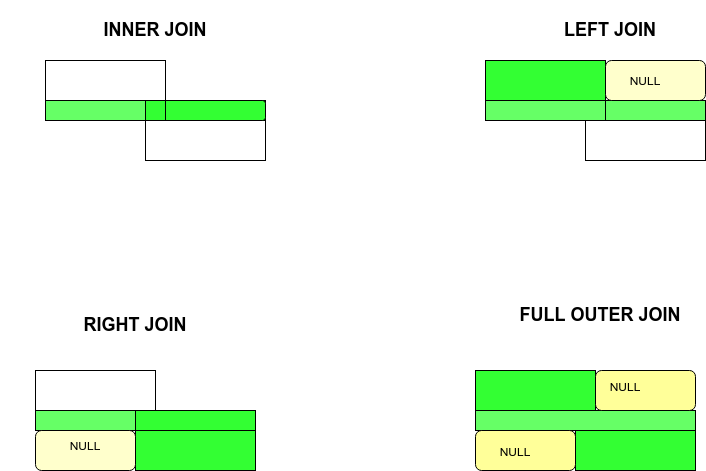
Earlier version of the draw.io export images/all-joins.png (sam09/blog). Source tidied: cells renumbered, new cells last; positions are measured from the earlier drawing's top-left corner, leaving out a move shared by most shapes.
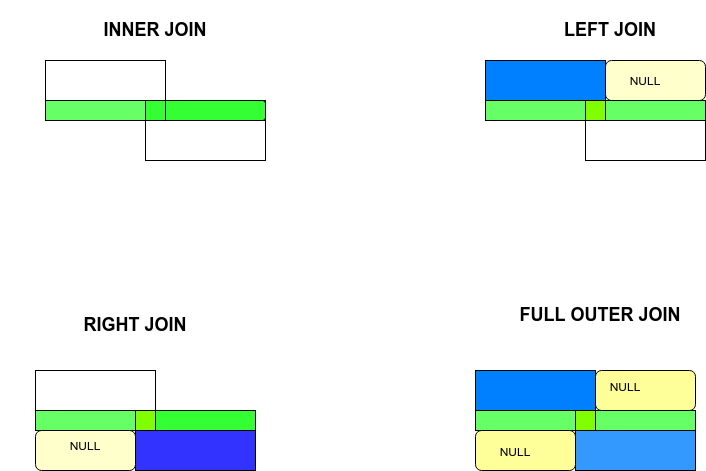
After the commit.

Change to the diagram source:
```diff
@@ -14,7 +14,7 @@
     <mxCell id="5" value="&lt;font style=&quot;font-size: 18px&quot;&gt;&lt;b&gt;INNER JOIN&lt;/b&gt;&lt;/font&gt;" style="text;html=1;strokeColor=none;fillColor=none;align=center;verticalAlign=middle;whiteSpace=wrap;rounded=0;" parent="1" vertex="1">
       <mxGeometry width="310" height="60" as="geometry" />
     </mxCell>
-    <mxCell id="6" style="rounded=0;whiteSpace=wrap;html=1;fillColor=#33FF33;" parent="1" vertex="1">
+    <mxCell id="6" style="rounded=0;whiteSpace=wrap;html=1;fillColor=#007FFF;" parent="1" vertex="1">
       <mxGeometry x="485" y="60" width="120" height="60" as="geometry" />
     </mxCell>
     <mxCell id="7" style="rounded=0;whiteSpace=wrap;html=1;" parent="1" vertex="1">
@@ -47,7 +47,7 @@
     <mxCell id="16" style="rounded=0;whiteSpace=wrap;html=1;" parent="1" vertex="1">
       <mxGeometry x="35" y="370" width="120" height="60" as="geometry" />
     </mxCell>
-    <mxCell id="17" style="rounded=0;whiteSpace=wrap;html=1;fillColor=#33FF33;" parent="1" vertex="1">
+    <mxCell id="17" style="rounded=0;whiteSpace=wrap;html=1;fillColor=#3333FF;" parent="1" vertex="1">
       <mxGeometry x="135" y="410" width="120" height="60" as="geometry" />
     </mxCell>
     <mxCell id="18" style="rounded=0;whiteSpace=wrap;html=1;fillColor=#66FF66;" parent="1" vertex="1">
@@ -65,10 +65,10 @@
     <mxCell id="22" style="rounded=0;whiteSpace=wrap;html=1;fillColor=#33FF33;" parent="1" vertex="1">
       <mxGeometry x="135" y="410" width="120" height="20" as="geometry" />
     </mxCell>
-    <mxCell id="23" style="rounded=0;whiteSpace=wrap;html=1;fillColor=#33FF33;" parent="1" vertex="1">
+    <mxCell id="23" style="rounded=0;whiteSpace=wrap;html=1;fillColor=#007FFF;" parent="1" vertex="1">
       <mxGeometry x="475" y="370" width="120" height="60" as="geometry" />
     </mxCell>
-    <mxCell id="24" style="rounded=0;whiteSpace=wrap;html=1;fillColor=#33FF33;" parent="1" vertex="1">
+    <mxCell id="24" style="rounded=0;whiteSpace=wrap;html=1;fillColor=#3399FF;" parent="1" vertex="1">
       <mxGeometry x="575" y="410" width="120" height="60" as="geometry" />
     </mxCell>
     <mxCell id="25" style="rounded=0;whiteSpace=wrap;html=1;fillColor=#66FF66;" parent="1" vertex="1">
@@ -89,5 +89,14 @@
     <mxCell id="30" value="&lt;font style=&quot;font-size: 12px&quot;&gt;NULL&lt;/font&gt;" style="text;html=1;strokeColor=none;fillColor=none;align=center;verticalAlign=middle;whiteSpace=wrap;rounded=0;fontSize=18;" parent="1" vertex="1">
       <mxGeometry x="595" y="370" width="60" height="30" as="geometry" />
     </mxCell>
+    <mxCell id="31" style="rounded=0;whiteSpace=wrap;html=1;fillColor=#80FF00;" parent="1" vertex="1">
+      <mxGeometry x="585" y="100" width="20" height="20" as="geometry" />
+    </mxCell>
+    <mxCell id="32" style="rounded=0;whiteSpace=wrap;html=1;fillColor=#80FF00;" parent="1" vertex="1">
+      <mxGeometry x="135" y="410" width="20" height="20" as="geometry" />
+    </mxCell>
+    <mxCell id="33" style="rounded=0;whiteSpace=wrap;html=1;fillColor=#80FF00;" parent="1" vertex="1">
+      <mxGeometry x="575" y="410" width="20" height="20" as="geometry" />
+    </mxCell>
   </root>
 </mxGraphModel>
```
